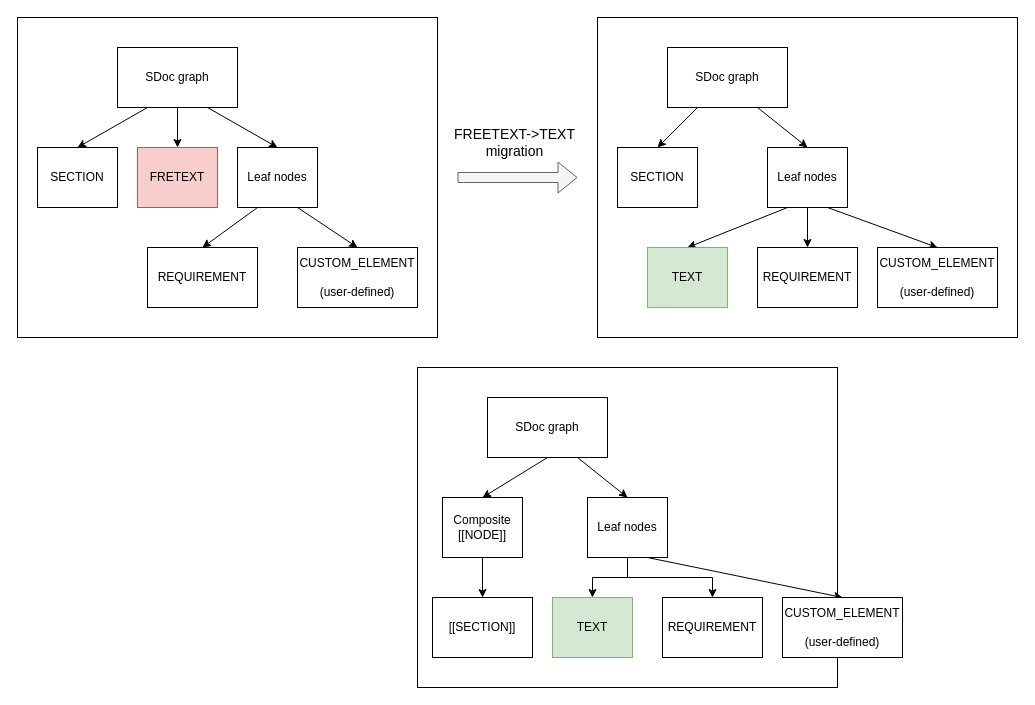
Above: page "FREETEXT-TEXT" (5 of 7) of developer/drawio/Workspace.drawio in strictdoc-project/strictdoc (draw.io), before the change. Source tidied: cells renumbered, new cells numbered last; positions are measured from the earlier drawing's top-left corner, leaving out a move shared by most shapes. Both pictures are drawn from the tidied source at 100%, with x=0, y=0 at pixel (17, 17).
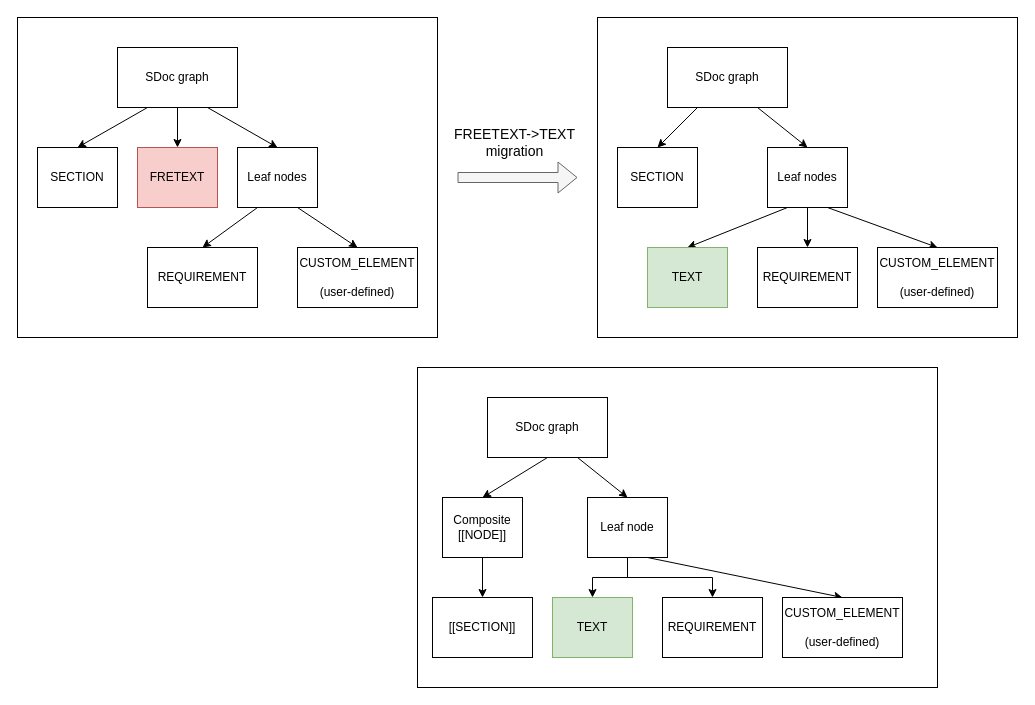
The same diagram, later.

Commit message (it also covers changes not shown here):
docs: draw.io: extract Traceability to a separate file, add proof of concept for Update Node requirements

The edit, as a diff of the source:
```diff
@@
     <mxCell id="28" style="rounded=0;whiteSpace=wrap;html=1;" parent="1" vertex="1">
-      <mxGeometry x="400" y="350" width="420" height="320" as="geometry" />
+      <mxGeometry x="400" y="350" width="520" height="320" as="geometry" />
     </mxCell>
@@
-    <mxCell id="35" value="Leaf nodes" style="rounded=0;whiteSpace=wrap;html=1;" parent="1" vertex="1">
+    <mxCell id="35" value="Leaf node" style="rounded=0;whiteSpace=wrap;html=1;" parent="1" vertex="1">
       <mxGeometry x="570" y="480" width="80" height="60" as="geometry" />
     </mxCell>
```
